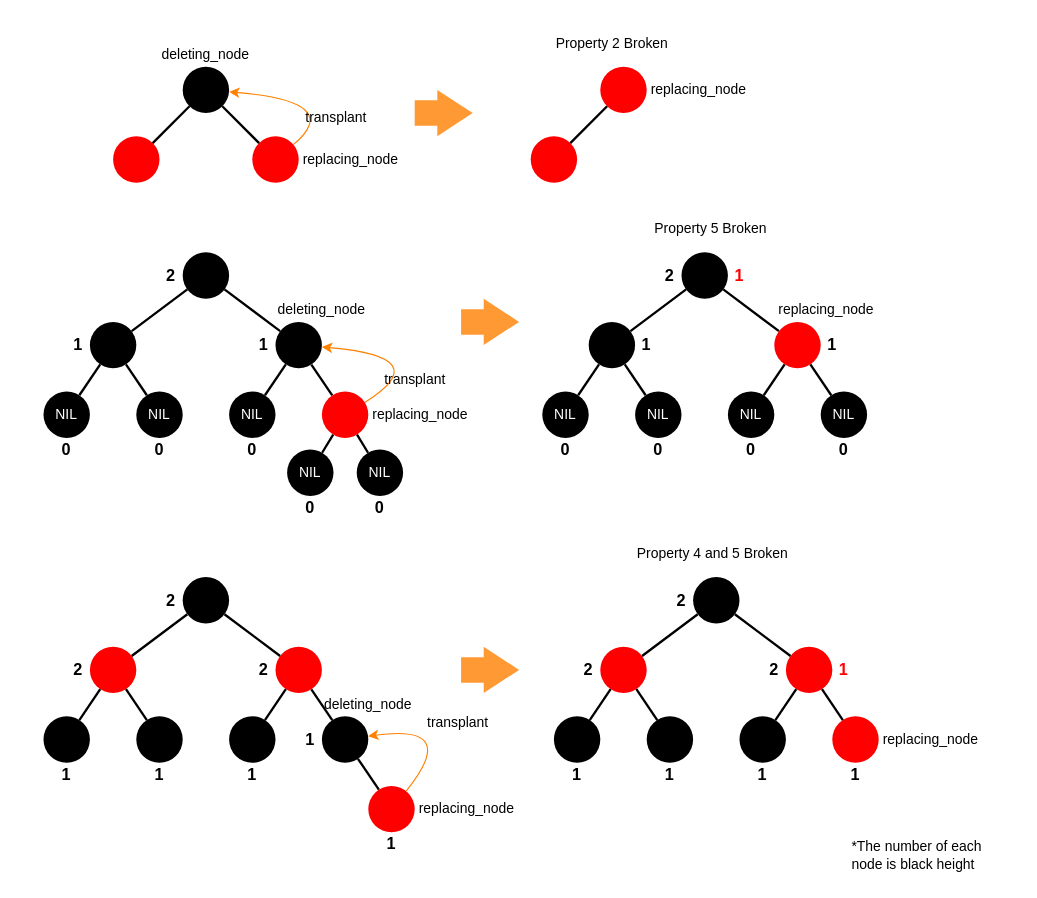
Before: page "one_child" (2 of 5) of diagrams/red_black_tree_delete.drawio in shunsvineyard/pyforest, a draw.io diagram. Source tidied: cells renumbered, new cells numbered last; positions are measured from the earlier drawing's top-left corner, leaving out a move shared by most shapes. Both pictures are drawn from the tidied source at 116%, with x=0, y=0 at pixel (20, 20).
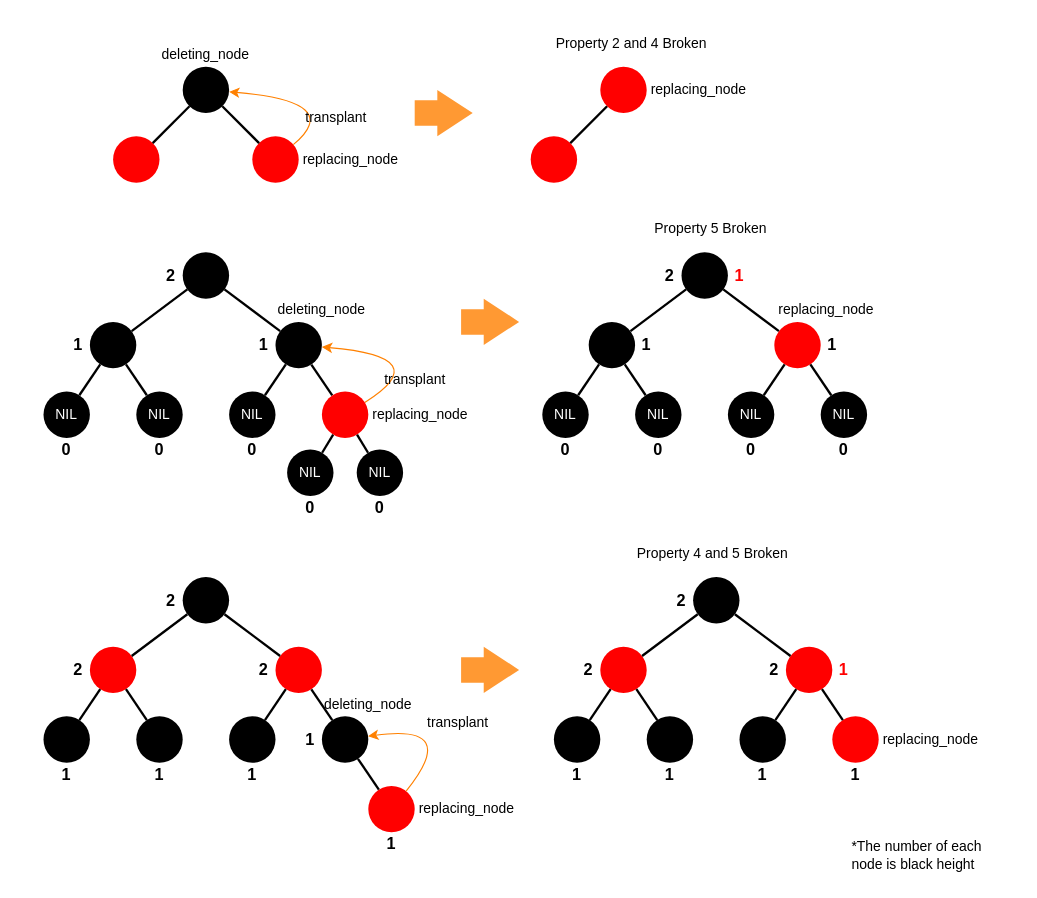
The same page after the edit.

What changed in the source:
```diff
@@
-    <mxCell id="119" value="&lt;font color=&quot;#000000&quot;&gt;Property 2 Broken&lt;/font&gt;" style="text;html=1;strokeColor=none;fillColor=none;align=left;verticalAlign=middle;whiteSpace=wrap;rounded=0;" parent="1" vertex="1">
-      <mxGeometry x="460" y="10" width="110" height="20" as="geometry" />
+    <mxCell id="119" value="&lt;font color=&quot;#000000&quot;&gt;Property 2 and 4 Broken&lt;/font&gt;" style="text;html=1;strokeColor=none;fillColor=none;align=left;verticalAlign=middle;whiteSpace=wrap;rounded=0;" parent="1" vertex="1">
+      <mxGeometry x="460" y="10" width="140" height="20" as="geometry" />
     </mxCell>
```
